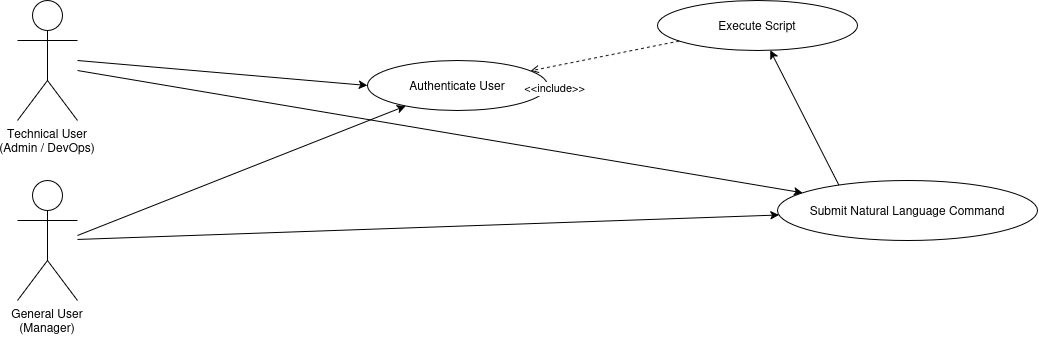
VemorPhose/CS331 keeps this draw.io diagram as 2_UML/uml_diagram.png. Above is the earlier version. Source tidied: cells renumbered, new cells last; positions are measured from the earlier drawing's top-left corner, leaving out a move shared by most shapes. Source of this version:
```xml
<mxGraphModel>
  <root>
    <mxCell id="0" />
    <mxCell id="1" parent="0" />
    <mxCell id="2" value="Technical User&#10;(Admin / DevOps)" style="shape=umlActor;verticalLabelPosition=bottom;verticalAlign=top;" parent="1" vertex="1">
      <mxGeometry width="60" height="120" as="geometry" />
    </mxCell>
    <mxCell id="3" value="General User&#10;(Manager)" style="shape=umlActor;verticalLabelPosition=bottom;verticalAlign=top;" parent="1" vertex="1">
      <mxGeometry y="180" width="60" height="120" as="geometry" />
    </mxCell>
    <mxCell id="4" parent="1" edge="1" source="3" target="10">
      <mxGeometry relative="1" as="geometry" />
    </mxCell>
    <mxCell id="5" parent="1" edge="1" target="9">
      <mxGeometry relative="1" as="geometry">
        <mxPoint x="60" y="235" as="sourcePoint" />
      </mxGeometry>
    </mxCell>
    <mxCell id="6" parent="1" edge="1" target="10">
      <mxGeometry relative="1" as="geometry">
        <mxPoint x="60" y="70" as="sourcePoint" />
      </mxGeometry>
    </mxCell>
    <mxCell id="7" style="entryX=0;entryY=0.5;entryDx=0;entryDy=0;" parent="1" edge="1" target="9">
      <mxGeometry relative="1" as="geometry">
        <mxPoint x="60" y="60" as="sourcePoint" />
      </mxGeometry>
    </mxCell>
    <mxCell id="8" style="exitX=0.335;exitY=0.917;exitDx=0;exitDy=0;exitPerimeter=0;" parent="1" edge="1" source="10" target="11">
      <mxGeometry relative="1" as="geometry" />
    </mxCell>
    <mxCell id="9" value="Authenticate User" style="ellipse;whiteSpace=wrap;html=1;" parent="1" vertex="1">
      <mxGeometry x="350" y="60" width="180" height="50" as="geometry" />
    </mxCell>
    <mxCell id="10" value="Submit Natural Language Command" style="ellipse;whiteSpace=wrap;html=1;" parent="1" vertex="1">
      <mxGeometry x="760" y="180" width="260" height="60" as="geometry" />
    </mxCell>
    <mxCell id="11" value="Execute Script" style="ellipse;whiteSpace=wrap;html=1;" parent="1" vertex="1">
      <mxGeometry x="640" width="200" height="50" as="geometry" />
    </mxCell>
    <mxCell id="12" value="&lt;&lt;include&gt;&gt;" style="dashed=1;endArrow=open;" parent="1" edge="1" source="11" target="9">
      <mxGeometry x="0.71" y="22" relative="1" as="geometry">
        <mxPoint x="-1" as="offset" />
      </mxGeometry>
    </mxCell>
  </root>
</mxGraphModel>
```
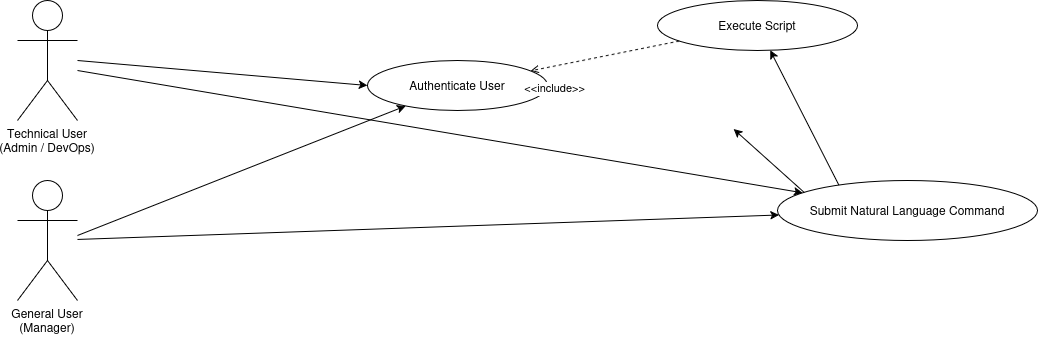
Above is the later version.

Diff of the diagram source:
```diff
@@ -29,6 +29,11 @@
     <mxCell id="8" style="exitX=0.335;exitY=0.917;exitDx=0;exitDy=0;exitPerimeter=0;" parent="1" edge="1" source="10" target="11">
       <mxGeometry relative="1" as="geometry" />
     </mxCell>
+    <mxCell id="13" style="exitX=0.296;exitY=0.95;exitDx=0;exitDy=0;exitPerimeter=0;" parent="1" edge="1" source="10">
+      <mxGeometry relative="1" as="geometry">
+        <mxPoint x="716.1" y="128.6" as="targetPoint" />
+      </mxGeometry>
+    </mxCell>
     <mxCell id="9" value="Authenticate User" style="ellipse;whiteSpace=wrap;html=1;" parent="1" vertex="1">
       <mxGeometry x="350" y="60" width="180" height="50" as="geometry" />
     </mxCell>
```
